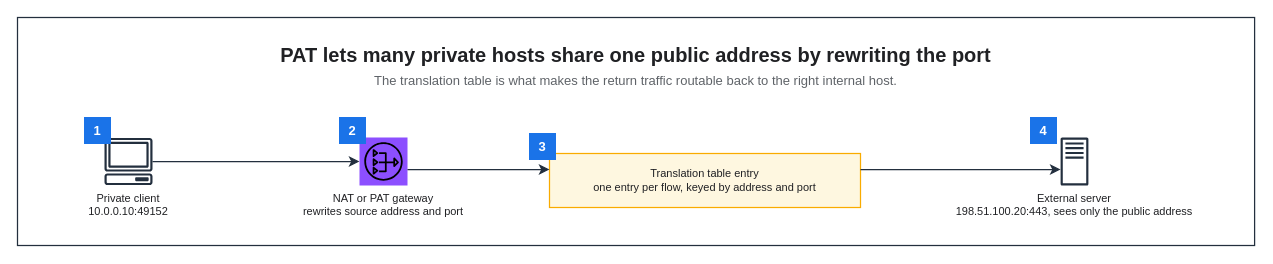
This is assets/img/network/nat-pat-translation-flow.drawio from KKamJi98/kkamji98.github.io, a draw.io file, before an edit. Source tidied: cells renumbered, new cells numbered last; positions are measured from the earlier drawing's top-left corner, leaving out a move shared by most shapes. Both pictures are drawn from the tidied source at 100%, with x=0, y=0 at pixel (17, 17).
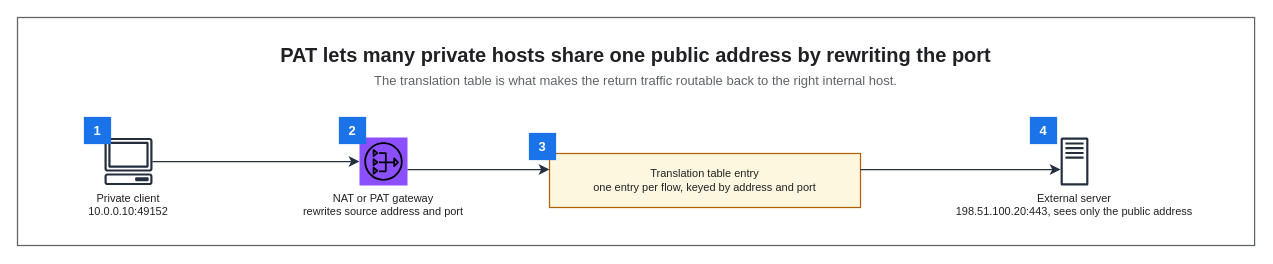
The same diagram, later.

Change to the diagram source:
```diff
@@
 <mxGraphModel background="#FFFFFF">
   <root>
     <mxCell id="0" />
     <mxCell id="1" parent="0" />
-    <mxCell id="2" style="rounded=0;html=0;fillColor=none;strokeColor=#232F3E;fontColor=#202124;strokeWidth=1.25;" parent="1" vertex="1">
+    <mxCell id="2" style="rounded=0;html=0;fillColor=none;strokeColor=#5F6368;fontColor=#202124;strokeWidth=1.25;" parent="1" vertex="1">
       <mxGeometry width="1237.1" height="228" as="geometry" />
     </mxCell>
     <mxCell id="3" value="PAT lets many private hosts share one public address by rewriting the port" style="text;html=0;whiteSpace=wrap;fillColor=none;strokeColor=none;fontColor=#202124;fontSize=20;fontStyle=1;align=center;verticalAlign=middle;" parent="1" vertex="1">
       <mxGeometry x="22" y="22" width="1193.1" height="30" as="geometry" />
     </mxCell>
     <mxCell id="4" value="The translation table is what makes the return traffic routable back to the right internal host." style="text;html=0;whiteSpace=wrap;fillColor=none;strokeColor=none;fontColor=#5F6368;fontSize=13;fontStyle=0;align=center;verticalAlign=middle;" parent="1" vertex="1">
       <mxGeometry x="22" y="52" width="1193.1" height="22" as="geometry" />
     </mxCell>
     <mxCell id="5" value="Private client&#10;10.0.0.10:49152" style="sketch=0;outlineConnect=0;gradientColor=none;html=0;whiteSpace=nowrap;fontSize=11;fontStyle=0;fontColor=#202124;verticalLabelPosition=bottom;verticalAlign=top;align=center;labelBackgroundColor=none;fillColor=#232F3E;strokeColor=none;dashed=0;shape=mxgraph.aws4.client;" parent="1" vertex="1">
       <mxGeometry x="87" y="120" width="48" height="48" as="geometry" />
     </mxCell>
     <mxCell id="6" value="NAT or PAT gateway&#10;rewrites source address and port" style="sketch=0;outlineConnect=0;gradientColor=none;html=0;whiteSpace=nowrap;fontSize=11;fontStyle=0;fontColor=#202124;verticalLabelPosition=bottom;verticalAlign=top;align=center;labelBackgroundColor=none;fillColor=#8C4FFF;strokeColor=none;dashed=0;shape=mxgraph.aws4.resourceIcon;resIcon=mxgraph.aws4.nat_gateway;" parent="1" vertex="1">
       <mxGeometry x="342" y="120" width="48" height="48" as="geometry" />
     </mxCell>
-    <mxCell id="7" value="Translation table entry&#10;one entry per flow, keyed by address and port" style="rounded=0;whiteSpace=wrap;html=0;fillColor=#FEF7E0;strokeColor=#F9AB00;fontColor=#202124;fontSize=11;fontStyle=0;align=center;verticalAlign=middle;spacingLeft=6;spacingRight=6;strokeWidth=1.25;" parent="1" vertex="1">
+    <mxCell id="7" value="Translation table entry&#10;one entry per flow, keyed by address and port" style="rounded=0;whiteSpace=wrap;html=0;fillColor=#FEF7E0;strokeColor=#B06000;fontColor=#202124;fontSize=11;fontStyle=0;align=center;verticalAlign=middle;spacingLeft=6;spacingRight=6;strokeWidth=1.25;" parent="1" vertex="1">
       <mxGeometry x="532" y="136" width="311" height="54" as="geometry" />
     </mxCell>
     <mxCell id="8" value="External server&#10;198.51.100.20:443, sees only the public address" style="sketch=0;outlineConnect=0;gradientColor=none;html=0;whiteSpace=nowrap;fontSize=11;fontStyle=0;fontColor=#202124;verticalLabelPosition=bottom;verticalAlign=top;align=center;labelBackgroundColor=none;fillColor=#232F3E;strokeColor=none;dashed=0;shape=mxgraph.aws4.traditional_server;" parent="1" vertex="1">
       <mxGeometry x="1033" y="120" width="48" height="48" as="geometry" />
     </mxCell>
-    <mxCell id="9" value="1" style="rounded=0;whiteSpace=wrap;html=0;fillColor=#1A73E8;strokeColor=#1A73E8;fontColor=#FFFFFF;fontSize=13;fontStyle=1;align=center;verticalAlign=middle;" parent="1" vertex="1">
+    <mxCell id="9" value="1" style="rounded=0;whiteSpace=wrap;html=0;fillColor=#1A73E8;strokeColor=#1A73E8;fontColor=#FFFFFF;fontSize=13;fontStyle=1;align=center;verticalAlign=middle;strokeWidth=1.25;" parent="1" vertex="1">
       <mxGeometry x="67" y="100" width="26" height="26" as="geometry" />
     </mxCell>
-    <mxCell id="10" value="2" style="rounded=0;whiteSpace=wrap;html=0;fillColor=#1A73E8;strokeColor=#1A73E8;fontColor=#FFFFFF;fontSize=13;fontStyle=1;align=center;verticalAlign=middle;" parent="1" vertex="1">
+    <mxCell id="10" value="2" style="rounded=0;whiteSpace=wrap;html=0;fillColor=#1A73E8;strokeColor=#1A73E8;fontColor=#FFFFFF;fontSize=13;fontStyle=1;align=center;verticalAlign=middle;strokeWidth=1.25;" parent="1" vertex="1">
       <mxGeometry x="322" y="100" width="26" height="26" as="geometry" />
     </mxCell>
-    <mxCell id="11" value="3" style="rounded=0;whiteSpace=wrap;html=0;fillColor=#1A73E8;strokeColor=#1A73E8;fontColor=#FFFFFF;fontSize=13;fontStyle=1;align=center;verticalAlign=middle;" parent="1" vertex="1">
+    <mxCell id="11" value="3" style="rounded=0;whiteSpace=wrap;html=0;fillColor=#1A73E8;strokeColor=#1A73E8;fontColor=#FFFFFF;fontSize=13;fontStyle=1;align=center;verticalAlign=middle;strokeWidth=1.25;" parent="1" vertex="1">
       <mxGeometry x="512" y="116" width="26" height="26" as="geometry" />
     </mxCell>
-    <mxCell id="12" value="4" style="rounded=0;whiteSpace=wrap;html=0;fillColor=#1A73E8;strokeColor=#1A73E8;fontColor=#FFFFFF;fontSize=13;fontStyle=1;align=center;verticalAlign=middle;" parent="1" vertex="1">
+    <mxCell id="12" value="4" style="rounded=0;whiteSpace=wrap;html=0;fillColor=#1A73E8;strokeColor=#1A73E8;fontColor=#FFFFFF;fontSize=13;fontStyle=1;align=center;verticalAlign=middle;strokeWidth=1.25;" parent="1" vertex="1">
       <mxGeometry x="1013" y="100" width="26" height="26" as="geometry" />
     </mxCell>
     <mxCell id="13" style="edgeStyle=orthogonalEdgeStyle;rounded=0;html=0;strokeColor=#232F3E;strokeWidth=1.25;endArrow=classic;endFill=1;endSize=7;fontSize=11;fontColor=#202124;labelBackgroundColor=none;jettySize=14;exitX=1;exitY=0.5;entryX=0;entryY=0.5;exitDx=0;exitDy=0;entryDx=0;entryDy=0;" parent="1" edge="1" source="5" target="6">
       <mxGeometry relative="1" as="geometry" />
     </mxCell>
     <mxCell id="14" style="edgeStyle=orthogonalEdgeStyle;rounded=0;html=0;strokeColor=#232F3E;strokeWidth=1.25;endArrow=classic;endFill=1;endSize=7;fontSize=11;fontColor=#202124;labelBackgroundColor=none;jettySize=14;exitX=1;exitY=0.6667;entryX=0;entryY=0.2963;exitDx=0;exitDy=0;entryDx=0;entryDy=0;" parent="1" edge="1" source="6" target="7">
       <mxGeometry relative="1" as="geometry" />
     </mxCell>
     <mxCell id="15" style="edgeStyle=orthogonalEdgeStyle;rounded=0;html=0;strokeColor=#232F3E;strokeWidth=1.25;endArrow=classic;endFill=1;endSize=7;fontSize=11;fontColor=#202124;labelBackgroundColor=none;jettySize=14;exitX=1;exitY=0.2963;entryX=0;entryY=0.6667;exitDx=0;exitDy=0;entryDx=0;entryDy=0;" parent="1" edge="1" source="7" target="8">
       <mxGeometry relative="1" as="geometry" />
     </mxCell>
   </root>
 </mxGraphModel>
```
